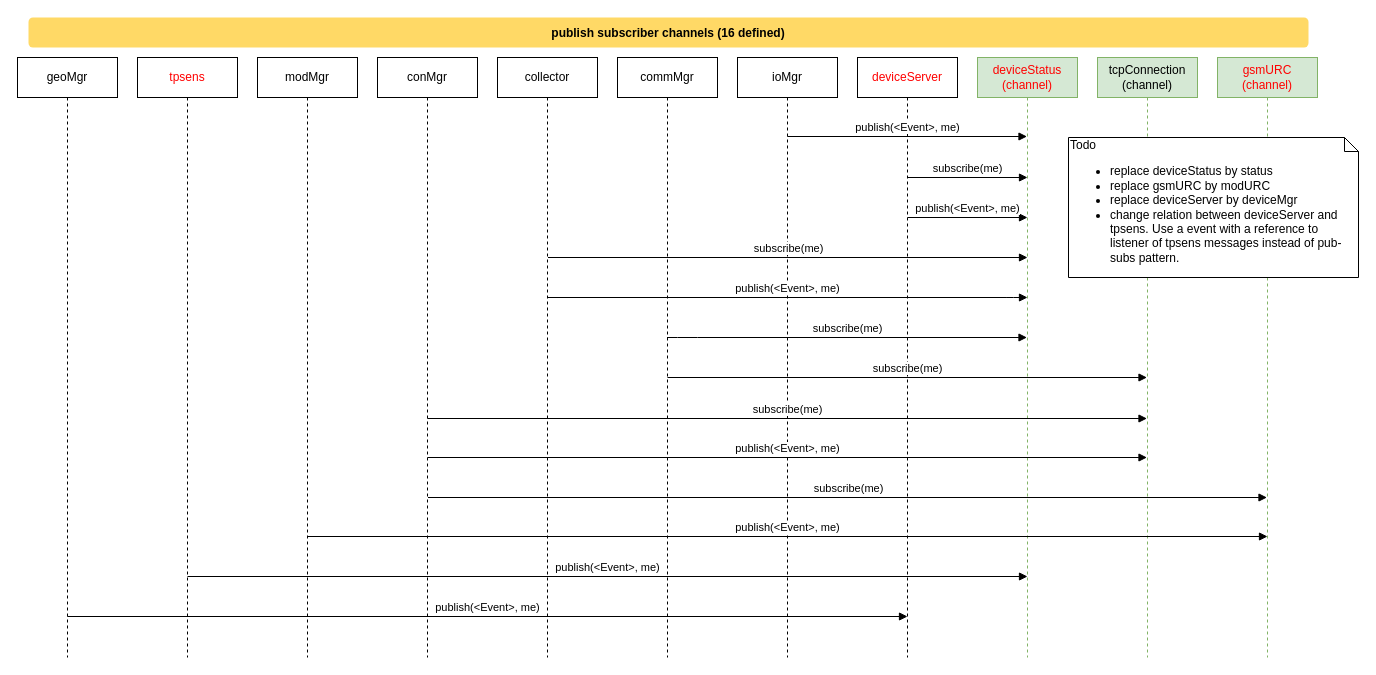
Before: page "databus channels" (2 of 3) of models/structure-interaction/collector.drawio in vortexmakes/AgroIoT, a draw.io diagram. Source tidied: cells renumbered, new cells numbered last; positions are measured from the earlier drawing's top-left corner, leaving out a move shared by most shapes. Both pictures are drawn from the tidied source at 100%, with x=0, y=0 at pixel (17, 17).
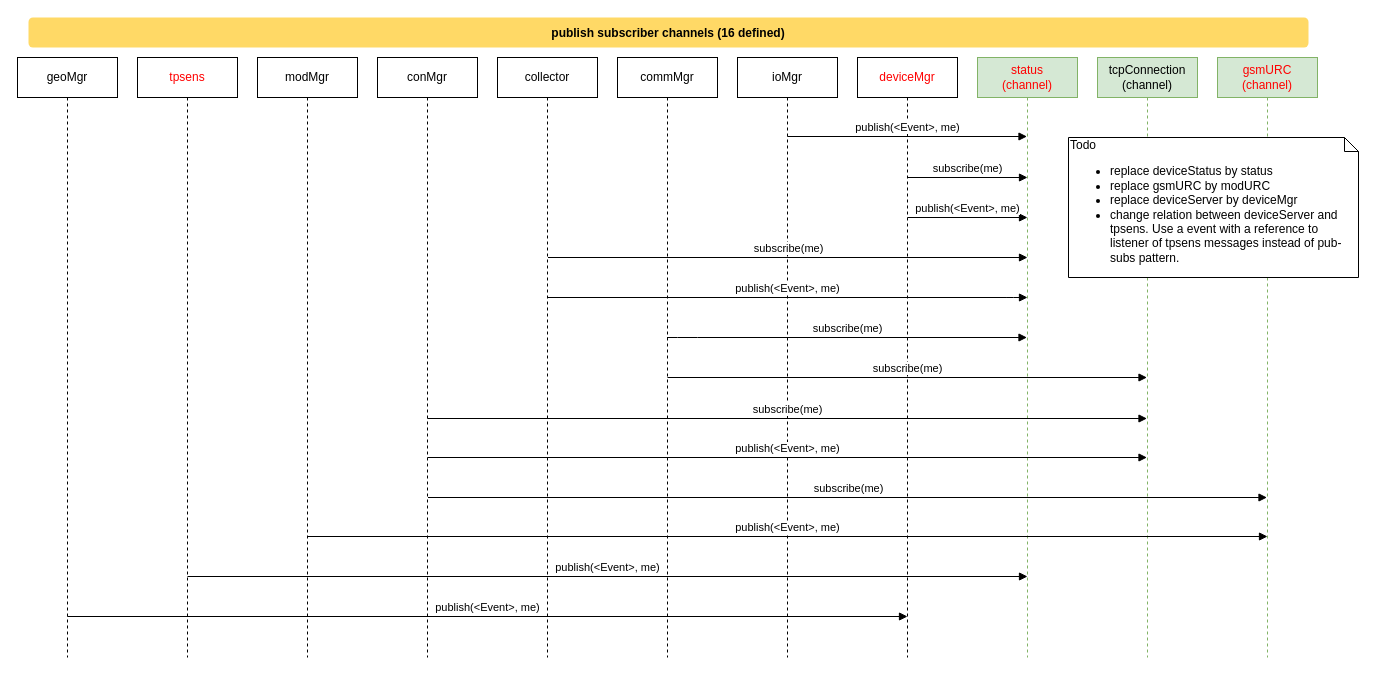
The same diagram, later.

Commit message (it also covers changes not shown here):
Added DeviceMgr state machine and its sequence diagram

The edit, as a diff of the source:
```diff
@@
-    <mxCell id="4" value="deviceStatus&lt;br&gt;(channel)" style="shape=umlLifeline;perimeter=lifelinePerimeter;whiteSpace=wrap;html=1;outlineConnect=0;fillColor=#d5e8d4;strokeColor=#82b366;fontColor=#FF0000;" parent="1" vertex="1">
+    <mxCell id="4" value="status&lt;br&gt;(channel)" style="shape=umlLifeline;perimeter=lifelinePerimeter;whiteSpace=wrap;html=1;outlineConnect=0;fillColor=#d5e8d4;strokeColor=#82b366;fontColor=#FF0000;" parent="1" vertex="1">
       <mxGeometry x="960" y="40" width="100" height="600" as="geometry" />
     </mxCell>
@@
-    <mxCell id="10" value="deviceServer" style="shape=umlLifeline;perimeter=lifelinePerimeter;whiteSpace=wrap;html=1;fontColor=#FF0000;" parent="1" vertex="1">
+    <mxCell id="10" value="deviceMgr" style="shape=umlLifeline;perimeter=lifelinePerimeter;whiteSpace=wrap;html=1;fontColor=#FF0000;" parent="1" vertex="1">
       <mxGeometry x="840" y="40" width="100" height="600" as="geometry" />
     </mxCell>
```
